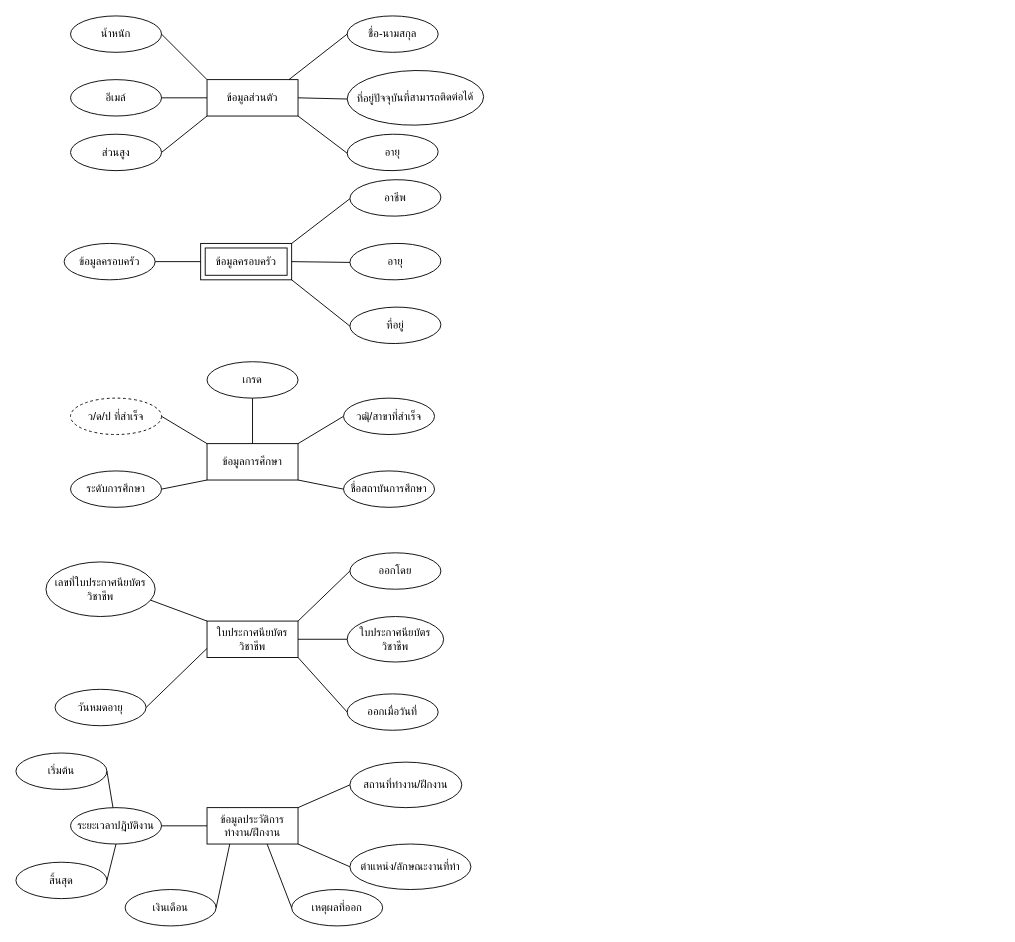
Before: YZ.drawio in Exises/RandomSalt, a draw.io diagram. Source tidied: cells renumbered, new cells numbered last; positions are measured from the earlier drawing's top-left corner, leaving out a move shared by most shapes. Both pictures are drawn from the tidied source at 91%, with x=0, y=0 at pixel (15, 15).
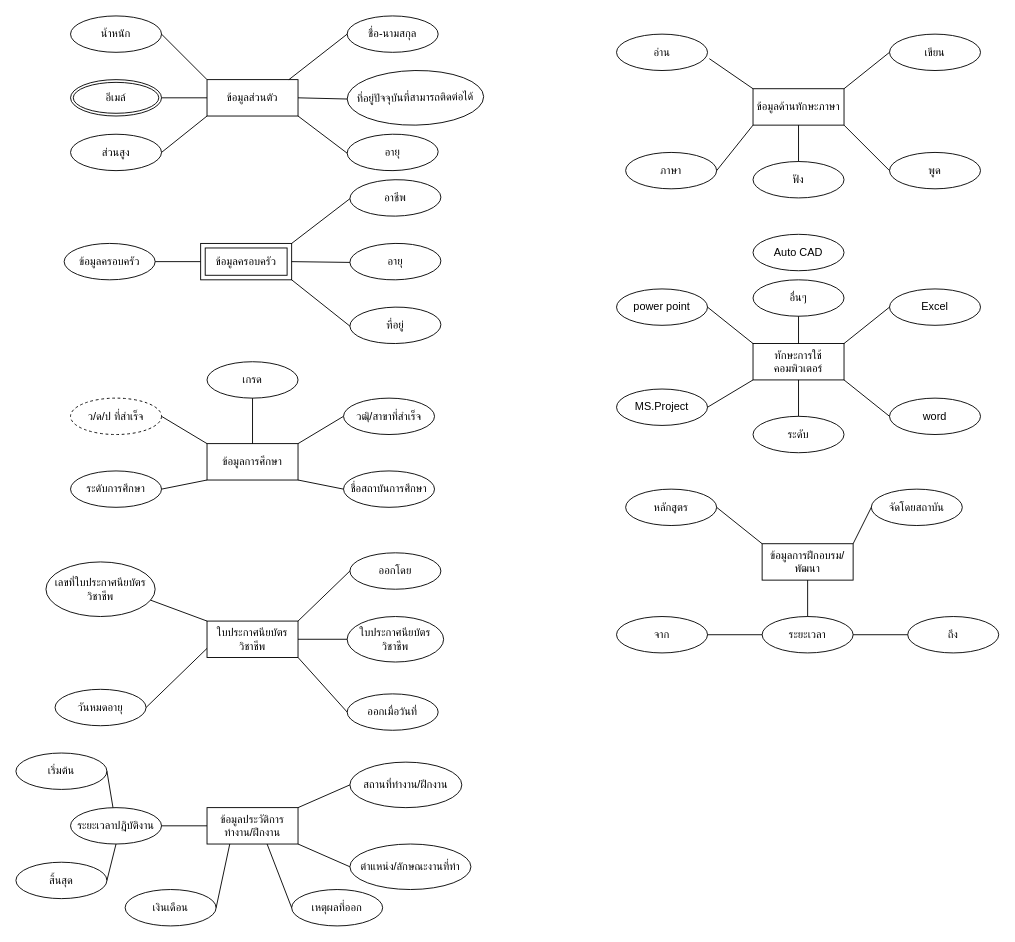
The same page after the edit.

Change to the diagram source:
```diff
@@
-    <mxCell id="13" value="อีเมล์" style="ellipse;whiteSpace=wrap;html=1;align=center;" parent="1" vertex="1">
-      <mxGeometry x="60" y="70" width="100" height="40" as="geometry" />
-    </mxCell>
-    <mxCell id="14" style="endArrow=none;html=1;rounded=0;entryX=1;entryY=0.5;entryDx=0;entryDy=0;" parent="1" edge="1" target="13">
+    <mxCell id="14" style="endArrow=none;html=1;rounded=0;entryX=1;entryY=0.5;entryDx=0;entryDy=0;" parent="1" edge="1">
       <mxGeometry relative="1" as="geometry">
         <mxPoint x="210" y="90" as="sourcePoint" />
+        <mxPoint x="160" y="90" as="targetPoint" />
       </mxGeometry>
     </mxCell>
@@
+    <mxCell id="61" value="ข้อมูลด้านทักษะภาษา" style="whiteSpace=wrap;html=1;align=center;" parent="1" vertex="1">
+      <mxGeometry x="810" y="80" width="100" height="40" as="geometry" />
+    </mxCell>
+    <mxCell id="62" value="ภาษา" style="ellipse;whiteSpace=wrap;html=1;align=center;" parent="1" vertex="1">
+      <mxGeometry x="670" y="150" width="100" height="40" as="geometry" />
+    </mxCell>
+    <mxCell id="13" value="อีเมล์" style="ellipse;shape=doubleEllipse;margin=3;whiteSpace=wrap;html=1;align=center;" parent="1" vertex="1">
+      <mxGeometry x="60" y="70" width="100" height="40" as="geometry" />
+    </mxCell>
+    <mxCell id="63" value="ฟัง" style="ellipse;whiteSpace=wrap;html=1;align=center;" parent="1" vertex="1">
+      <mxGeometry x="810" y="160" width="100" height="40" as="geometry" />
+    </mxCell>
+    <mxCell id="64" value="พูด" style="ellipse;whiteSpace=wrap;html=1;align=center;" parent="1" vertex="1">
+      <mxGeometry x="960" y="150" width="100" height="40" as="geometry" />
+    </mxCell>
+    <mxCell id="65" value="อ่าน" style="ellipse;whiteSpace=wrap;html=1;align=center;" parent="1" vertex="1">
+      <mxGeometry x="660" y="20" width="100" height="40" as="geometry" />
+    </mxCell>
+    <mxCell id="66" value="เขียน" style="ellipse;whiteSpace=wrap;html=1;align=center;" parent="1" vertex="1">
+      <mxGeometry x="960" y="20" width="100" height="40" as="geometry" />
+    </mxCell>
+    <mxCell id="67" style="endArrow=none;html=1;rounded=0;exitX=1.02;exitY=0.675;exitDx=0;exitDy=0;exitPerimeter=0;entryX=0;entryY=0;entryDx=0;entryDy=0;" parent="1" edge="1" source="65" target="61">
+      <mxGeometry relative="1" as="geometry" />
+    </mxCell>
+    <mxCell id="68" style="endArrow=none;html=1;rounded=0;exitX=1;exitY=0.5;exitDx=0;exitDy=0;entryX=0;entryY=1;entryDx=0;entryDy=0;" parent="1" edge="1" source="62" target="61">
+      <mxGeometry relative="1" as="geometry" />
+    </mxCell>
+    <mxCell id="69" style="endArrow=none;html=1;rounded=0;entryX=0;entryY=0.5;entryDx=0;entryDy=0;exitX=1;exitY=1;exitDx=0;exitDy=0;" parent="1" edge="1" source="61" target="64">
+      <mxGeometry relative="1" as="geometry" />
+    </mxCell>
+    <mxCell id="70" style="endArrow=none;html=1;rounded=0;entryX=0;entryY=0.5;entryDx=0;entryDy=0;exitX=1;exitY=0;exitDx=0;exitDy=0;" parent="1" edge="1" source="61" target="66">
+      <mxGeometry relative="1" as="geometry" />
+    </mxCell>
+    <mxCell id="71" style="endArrow=none;html=1;rounded=0;exitX=0.5;exitY=0;exitDx=0;exitDy=0;entryX=0.5;entryY=1;entryDx=0;entryDy=0;" parent="1" edge="1" source="63" target="61">
+      <mxGeometry relative="1" as="geometry" />
+    </mxCell>
+    <mxCell id="72" value="ทักษะการใช้คอมพิวเตอร์" style="whiteSpace=wrap;html=1;align=center;" parent="1" vertex="1">
+      <mxGeometry x="810" y="360" width="100" height="40" as="geometry" />
+    </mxCell>
+    <mxCell id="73" value="ระดับ" style="ellipse;whiteSpace=wrap;html=1;align=center;" parent="1" vertex="1">
+      <mxGeometry x="810" y="440" width="100" height="40" as="geometry" />
+    </mxCell>
+    <mxCell id="74" value="word" style="ellipse;whiteSpace=wrap;html=1;align=center;" parent="1" vertex="1">
+      <mxGeometry x="960" y="420" width="100" height="40" as="geometry" />
+    </mxCell>
+    <mxCell id="75" value="Excel" style="ellipse;whiteSpace=wrap;html=1;align=center;" parent="1" vertex="1">
+      <mxGeometry x="960" y="300" width="100" height="40" as="geometry" />
+    </mxCell>
+    <mxCell id="76" value="power point" style="ellipse;whiteSpace=wrap;html=1;align=center;" parent="1" vertex="1">
+      <mxGeometry x="660" y="300" width="100" height="40" as="geometry" />
+    </mxCell>
+    <mxCell id="77" value="MS.Project" style="ellipse;whiteSpace=wrap;html=1;align=center;" parent="1" vertex="1">
+      <mxGeometry x="660" y="410" width="100" height="40" as="geometry" />
+    </mxCell>
+    <mxCell id="78" value="Auto CAD" style="ellipse;whiteSpace=wrap;html=1;align=center;" parent="1" vertex="1">
+      <mxGeometry x="810" y="240" width="100" height="40" as="geometry" />
+    </mxCell>
+    <mxCell id="79" value="อื่นๆ" style="ellipse;whiteSpace=wrap;html=1;align=center;" parent="1" vertex="1">
+      <mxGeometry x="810" y="290" width="100" height="40" as="geometry" />
+    </mxCell>
+    <mxCell id="80" style="endArrow=none;html=1;rounded=0;exitX=1;exitY=0.5;exitDx=0;exitDy=0;entryX=0;entryY=1;entryDx=0;entryDy=0;" parent="1" edge="1" source="77" target="72">
+      <mxGeometry relative="1" as="geometry" />
+    </mxCell>
+    <mxCell id="81" style="endArrow=none;html=1;rounded=0;exitX=1;exitY=0.5;exitDx=0;exitDy=0;entryX=0;entryY=0;entryDx=0;entryDy=0;" parent="1" edge="1" source="76" target="72">
+      <mxGeometry relative="1" as="geometry" />
+    </mxCell>
+    <mxCell id="82" style="endArrow=none;html=1;rounded=0;entryX=0;entryY=0.5;entryDx=0;entryDy=0;exitX=1;exitY=0;exitDx=0;exitDy=0;" parent="1" edge="1" source="72" target="75">
+      <mxGeometry relative="1" as="geometry" />
+    </mxCell>
+    <mxCell id="83" style="endArrow=none;html=1;rounded=0;entryX=0;entryY=0.5;entryDx=0;entryDy=0;exitX=1;exitY=1;exitDx=0;exitDy=0;" parent="1" edge="1" source="72" target="74">
+      <mxGeometry relative="1" as="geometry" />
+    </mxCell>
+    <mxCell id="84" style="endArrow=none;html=1;rounded=0;exitX=0.5;exitY=0;exitDx=0;exitDy=0;entryX=0.5;entryY=1;entryDx=0;entryDy=0;" parent="1" edge="1" source="73" target="72">
+      <mxGeometry relative="1" as="geometry" />
+    </mxCell>
+    <mxCell id="85" style="endArrow=none;html=1;rounded=0;entryX=0.5;entryY=1;entryDx=0;entryDy=0;exitX=0.5;exitY=0;exitDx=0;exitDy=0;" parent="1" edge="1" source="72" target="79">
+      <mxGeometry relative="1" as="geometry" />
+    </mxCell>
+    <mxCell id="86" value="ข้อมูลการฝึกอบรม/พัฒนา" style="whiteSpace=wrap;html=1;align=center;" parent="1" vertex="1">
+      <mxGeometry x="820" y="580" width="100" height="40" as="geometry" />
+    </mxCell>
+    <mxCell id="87" value="หลักสูตร" style="ellipse;whiteSpace=wrap;html=1;align=center;" parent="1" vertex="1">
+      <mxGeometry x="670" y="520" width="100" height="40" as="geometry" />
+    </mxCell>
+    <mxCell id="88" value="จัดโดยสถาบัน" style="ellipse;whiteSpace=wrap;html=1;align=center;" parent="1" vertex="1">
+      <mxGeometry x="940" y="520" width="100" height="40" as="geometry" />
+    </mxCell>
+    <mxCell id="89" value="ระยะเวลา" style="ellipse;whiteSpace=wrap;html=1;align=center;" parent="1" vertex="1">
+      <mxGeometry x="820" y="660" width="100" height="40" as="geometry" />
+    </mxCell>
+    <mxCell id="90" value="จาก" style="ellipse;whiteSpace=wrap;html=1;align=center;" parent="1" vertex="1">
+      <mxGeometry x="660" y="660" width="100" height="40" as="geometry" />
+    </mxCell>
+    <mxCell id="91" value="ถึง" style="ellipse;whiteSpace=wrap;html=1;align=center;" parent="1" vertex="1">
+      <mxGeometry x="980" y="660" width="100" height="40" as="geometry" />
+    </mxCell>
+    <mxCell id="92" style="endArrow=none;html=1;rounded=0;entryX=0;entryY=0;entryDx=0;entryDy=0;exitX=1;exitY=0.5;exitDx=0;exitDy=0;" parent="1" edge="1" source="87" target="86">
+      <mxGeometry relative="1" as="geometry" />
+    </mxCell>
+    <mxCell id="93" style="endArrow=none;html=1;rounded=0;entryX=0;entryY=0.5;entryDx=0;entryDy=0;exitX=1;exitY=0;exitDx=0;exitDy=0;" parent="1" edge="1" source="86" target="88">
+      <mxGeometry relative="1" as="geometry" />
+    </mxCell>
+    <mxCell id="94" style="endArrow=none;html=1;rounded=0;entryX=0;entryY=0.5;entryDx=0;entryDy=0;exitX=1;exitY=0.5;exitDx=0;exitDy=0;" parent="1" edge="1" source="90" target="89">
+      <mxGeometry relative="1" as="geometry" />
+    </mxCell>
+    <mxCell id="95" style="endArrow=none;html=1;rounded=0;entryX=0;entryY=0.5;entryDx=0;entryDy=0;exitX=1;exitY=0.5;exitDx=0;exitDy=0;" parent="1" edge="1" source="89" target="91">
+      <mxGeometry relative="1" as="geometry" />
+    </mxCell>
+    <mxCell id="96" style="endArrow=none;html=1;rounded=0;entryX=0.5;entryY=1;entryDx=0;entryDy=0;exitX=0.5;exitY=0;exitDx=0;exitDy=0;" parent="1" edge="1" source="89" target="86">
+      <mxGeometry relative="1" as="geometry" />
+    </mxCell>
```
